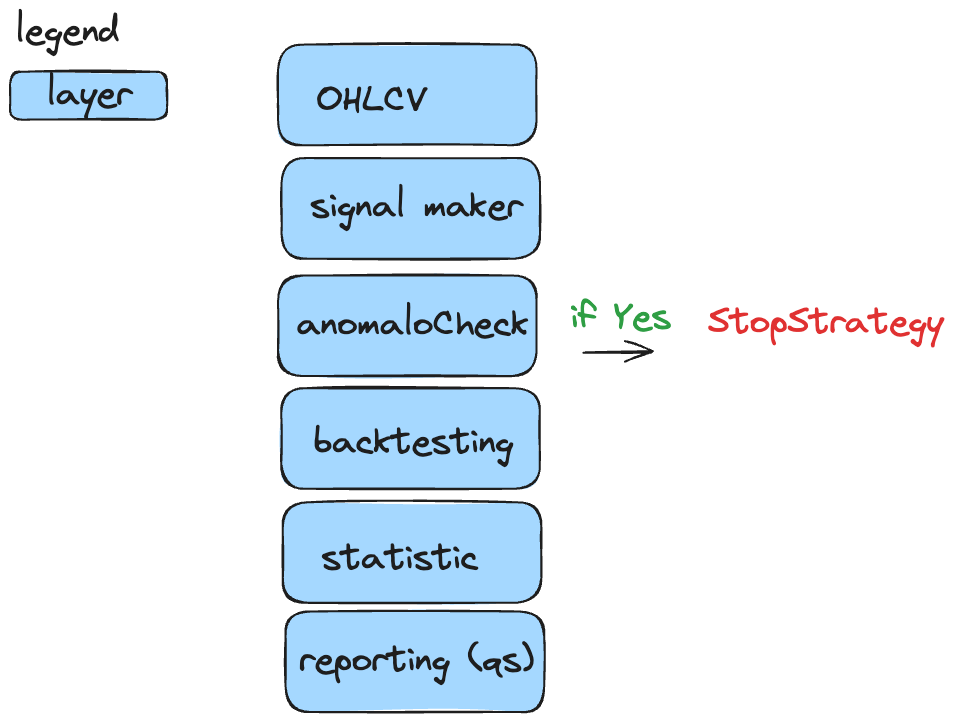
dosimpact/dosimpact.github.io keeps this Excalidraw diagram as docs/g-da/quant/img/figure.excalidraw.png. Above is the earlier version. Source tidied: one line per element, renumbered; positions are measured from the earlier drawing's top-left corner, leaving out a move shared by most shapes. The source it was exported from:
```json
{"id": 0, "type": "rectangle", "strokeColor": "#1e1e1e", "backgroundColor": "#a5d8ff", "fillStyle": "solid", "strokeWidth": 2, "roughness": 1, "round": true, "x": 268, "y": 35, "width": 259, "height": 101}
{"id": 1, "type": "text", "text": "OHLCV", "strokeColor": "#1e1e1e", "backgroundColor": "#a5d8ff", "fillStyle": "solid", "strokeWidth": 2, "roughness": 1, "fontSize": 35.82, "fontFamily": 1, "x": 306, "y": 69, "width": 109, "height": 45}
{"id": 2, "type": "rectangle", "strokeColor": "#1e1e1e", "backgroundColor": "#a5d8ff", "fillStyle": "solid", "strokeWidth": 2, "roughness": 1, "round": true, "x": 272, "y": 148, "width": 259, "height": 101}
{"id": 3, "type": "text", "text": "signal maker", "strokeColor": "#1e1e1e", "backgroundColor": "#a5d8ff", "fillStyle": "solid", "strokeWidth": 2, "roughness": 1, "fontSize": 35.82, "fontFamily": 1, "x": 300, "y": 175, "width": 212, "height": 45}
{"id": 4, "type": "rectangle", "strokeColor": "#1e1e1e", "backgroundColor": "#a5d8ff", "fillStyle": "solid", "strokeWidth": 2, "roughness": 1, "round": true, "x": 268, "y": 266, "width": 259, "height": 101}
{"id": 5, "type": "rectangle", "strokeColor": "#1e1e1e", "backgroundColor": "#a5d8ff", "fillStyle": "solid", "strokeWidth": 2, "roughness": 1, "round": true, "x": 271, "y": 378, "width": 259, "height": 101}
{"id": 6, "type": "text", "text": "backtesting", "strokeColor": "#1e1e1e", "backgroundColor": "#a5d8ff", "fillStyle": "solid", "strokeWidth": 2, "roughness": 1, "fontSize": 35.82, "fontFamily": 1, "x": 304, "y": 411, "width": 200, "height": 45}
{"id": 7, "type": "text", "text": "anomaloCheck", "strokeColor": "#1e1e1e", "backgroundColor": "#a5d8ff", "fillStyle": "solid", "strokeWidth": 2, "roughness": 1, "fontSize": 35.82, "fontFamily": 1, "x": 287, "y": 293, "width": 232, "height": 45}
{"id": 8, "type": "text", "text": "StopStrategy", "strokeColor": "#e03131", "strokeWidth": 2, "roughness": 1, "fontSize": 35.82, "fontFamily": 1, "x": 698, "y": 291, "width": 235, "height": 45}
{"id": 9, "type": "arrow", "strokeColor": "#1e1e1e", "strokeWidth": 2, "roughness": 1, "endArrowhead": "arrow", "round": true, "from": 10, "x": 574, "y": 342, "width": 68, "height": 0, "points": [[0, 0], [68, 0]]}
{"id": 10, "type": "text", "text": "if Yes", "strokeColor": "#2f9e44", "strokeWidth": 2, "roughness": 1, "fontSize": 35.82, "fontFamily": 1, "x": 561, "y": 286, "width": 101, "height": 45}
{"id": 11, "type": "rectangle", "strokeColor": "#1e1e1e", "backgroundColor": "#a5d8ff", "fillStyle": "solid", "strokeWidth": 2, "roughness": 1, "round": true, "x": 273, "y": 492, "width": 259, "height": 101}
{"id": 12, "type": "text", "text": "statistic", "strokeColor": "#1e1e1e", "backgroundColor": "#a5d8ff", "fillStyle": "solid", "strokeWidth": 2, "roughness": 1, "fontSize": 35.82, "fontFamily": 1, "x": 312, "y": 527, "width": 157, "height": 45}
{"id": 13, "type": "rectangle", "strokeColor": "#1e1e1e", "backgroundColor": "#a5d8ff", "fillStyle": "solid", "strokeWidth": 2, "roughness": 1, "round": true, "x": 276, "y": 601, "width": 259, "height": 101}
{"id": 14, "type": "text", "text": "reporting (qs)", "strokeColor": "#1e1e1e", "backgroundColor": "#a5d8ff", "fillStyle": "solid", "strokeWidth": 2, "roughness": 1, "fontSize": 35.82, "fontFamily": 1, "x": 289, "y": 629, "width": 235, "height": 45}
{"id": 15, "type": "rectangle", "strokeColor": "#1e1e1e", "backgroundColor": "#a5d8ff", "fillStyle": "solid", "strokeWidth": 2, "roughness": 1, "round": true, "x": 0, "y": 62, "width": 157, "height": 48}
{"id": 16, "type": "text", "text": "layer", "strokeColor": "#1e1e1e", "backgroundColor": "#a5d8ff", "fillStyle": "solid", "strokeWidth": 2, "roughness": 1, "fontSize": 35.82, "fontFamily": 1, "x": 37, "y": 63, "width": 85, "height": 45}
{"id": 17, "type": "text", "text": "legend", "strokeColor": "#1e1e1e", "backgroundColor": "#a5d8ff", "fillStyle": "solid", "strokeWidth": 2, "roughness": 1, "fontSize": 35.82, "fontFamily": 1, "x": 6, "y": 0, "width": 104, "height": 45}
```
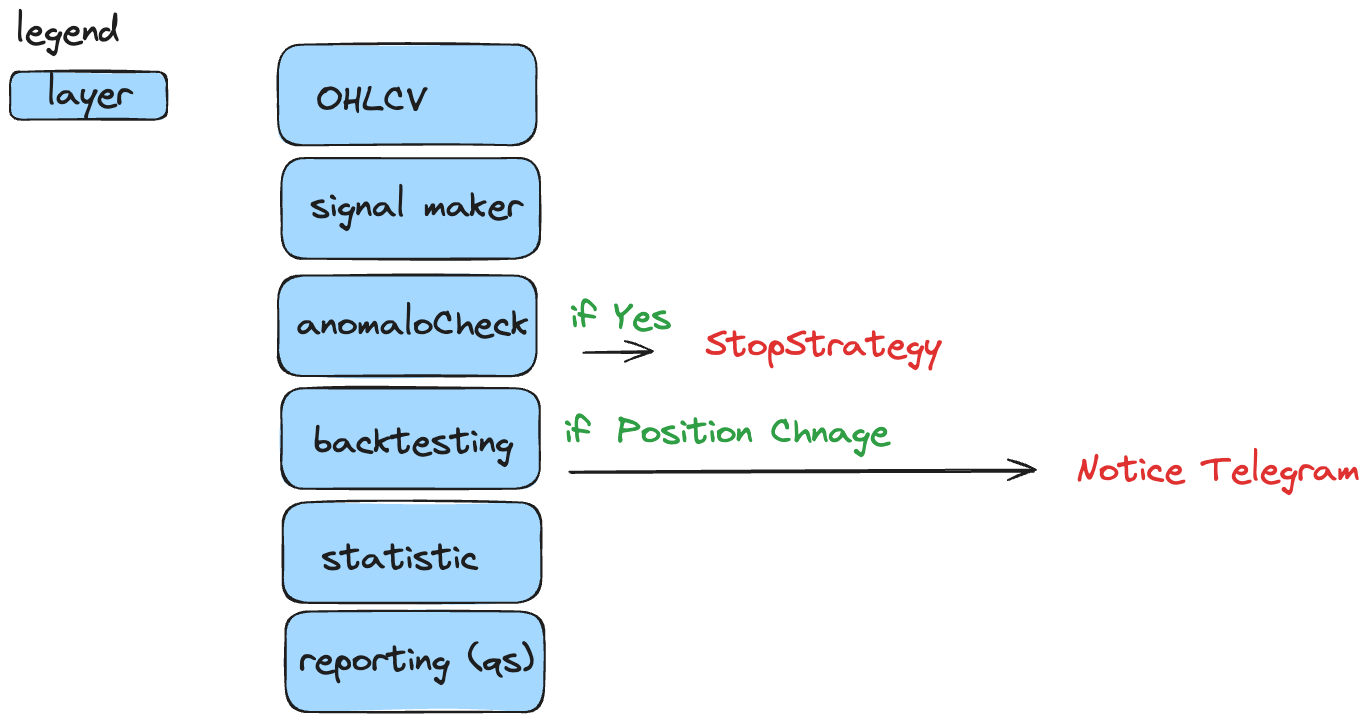
Later version of the same file.

What changed in the source:
```diff
@@ -6,7 +6,7 @@
 {"id": 5, "type": "rectangle", "strokeColor": "#1e1e1e", "backgroundColor": "#a5d8ff", "fillStyle": "solid", "strokeWidth": 2, "roughness": 1, "round": true, "x": 271, "y": 378, "width": 259, "height": 101}
 {"id": 6, "type": "text", "text": "backtesting", "strokeColor": "#1e1e1e", "backgroundColor": "#a5d8ff", "fillStyle": "solid", "strokeWidth": 2, "roughness": 1, "fontSize": 35.82, "fontFamily": 1, "x": 304, "y": 411, "width": 200, "height": 45}
 {"id": 7, "type": "text", "text": "anomaloCheck", "strokeColor": "#1e1e1e", "backgroundColor": "#a5d8ff", "fillStyle": "solid", "strokeWidth": 2, "roughness": 1, "fontSize": 35.82, "fontFamily": 1, "x": 287, "y": 293, "width": 232, "height": 45}
-{"id": 8, "type": "text", "text": "StopStrategy", "strokeColor": "#e03131", "strokeWidth": 2, "roughness": 1, "fontSize": 35.82, "fontFamily": 1, "x": 698, "y": 291, "width": 235, "height": 45}
+{"id": 8, "type": "text", "text": "StopStrategy", "strokeColor": "#e03131", "strokeWidth": 2, "roughness": 1, "fontSize": 35.82, "fontFamily": 1, "x": 696, "y": 314, "width": 235, "height": 45}
 {"id": 9, "type": "arrow", "strokeColor": "#1e1e1e", "strokeWidth": 2, "roughness": 1, "endArrowhead": "arrow", "round": true, "from": 10, "x": 574, "y": 342, "width": 68, "height": 0, "points": [[0, 0], [68, 0]]}
 {"id": 10, "type": "text", "text": "if Yes", "strokeColor": "#2f9e44", "strokeWidth": 2, "roughness": 1, "fontSize": 35.82, "fontFamily": 1, "x": 561, "y": 286, "width": 101, "height": 45}
 {"id": 11, "type": "rectangle", "strokeColor": "#1e1e1e", "backgroundColor": "#a5d8ff", "fillStyle": "solid", "strokeWidth": 2, "roughness": 1, "round": true, "x": 273, "y": 492, "width": 259, "height": 101}
@@ -16,3 +16,6 @@
 {"id": 15, "type": "rectangle", "strokeColor": "#1e1e1e", "backgroundColor": "#a5d8ff", "fillStyle": "solid", "strokeWidth": 2, "roughness": 1, "round": true, "x": 0, "y": 62, "width": 157, "height": 48}
 {"id": 16, "type": "text", "text": "layer", "strokeColor": "#1e1e1e", "backgroundColor": "#a5d8ff", "fillStyle": "solid", "strokeWidth": 2, "roughness": 1, "fontSize": 35.82, "fontFamily": 1, "x": 37, "y": 63, "width": 85, "height": 45}
 {"id": 17, "type": "text", "text": "legend", "strokeColor": "#1e1e1e", "backgroundColor": "#a5d8ff", "fillStyle": "solid", "strokeWidth": 2, "roughness": 1, "fontSize": 35.82, "fontFamily": 1, "x": 6, "y": 0, "width": 104, "height": 45}
+{"id": 18, "type": "text", "text": "Notice Telegram", "strokeColor": "#e03131", "strokeWidth": 2, "roughness": 1, "fontSize": 35.82, "fontFamily": 1, "x": 1066, "y": 439, "width": 284, "height": 45}
+{"id": 19, "type": "text", "text": "if \bPosition Chnage", "strokeColor": "#2f9e44", "strokeWidth": 2, "roughness": 1, "fontSize": 35.82, "fontFamily": 1, "x": 555, "y": 401, "width": 325, "height": 45}
+{"id": 20, "type": "arrow", "strokeColor": "#1e1e1e", "strokeWidth": 2, "roughness": 1, "endArrowhead": "arrow", "round": true, "x": 561, "y": 463, "width": 464, "height": 2, "points": [[0, 0], [464, -2]]}
```
